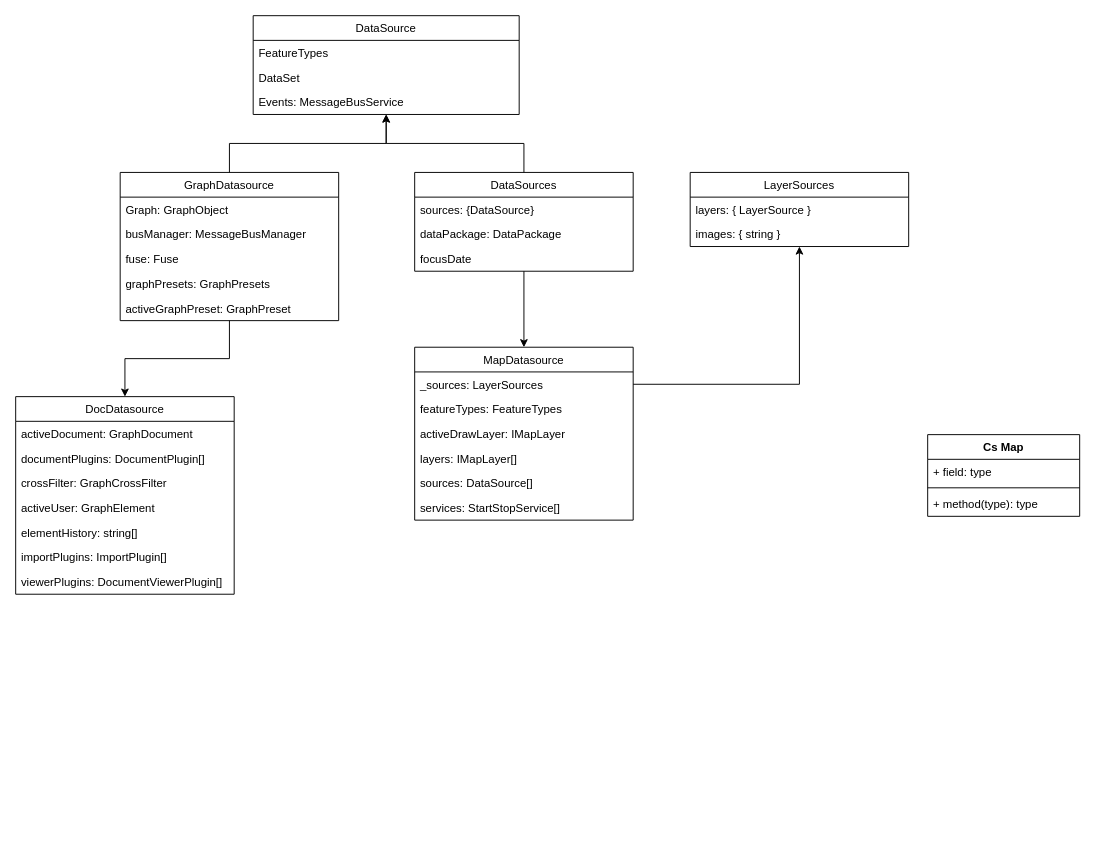
Above: page "DataSources" (1 of 2) of packages/cs-graph/diagrams/doc-datasource.drawio in TNOCS/csnext (draw.io), before the change. Source tidied: cells renumbered, new cells numbered last; positions are measured from the earlier drawing's top-left corner, leaving out a move shared by most shapes. Both pictures are drawn from the tidied source at 95%, with x=0, y=0 at pixel (15, 15).
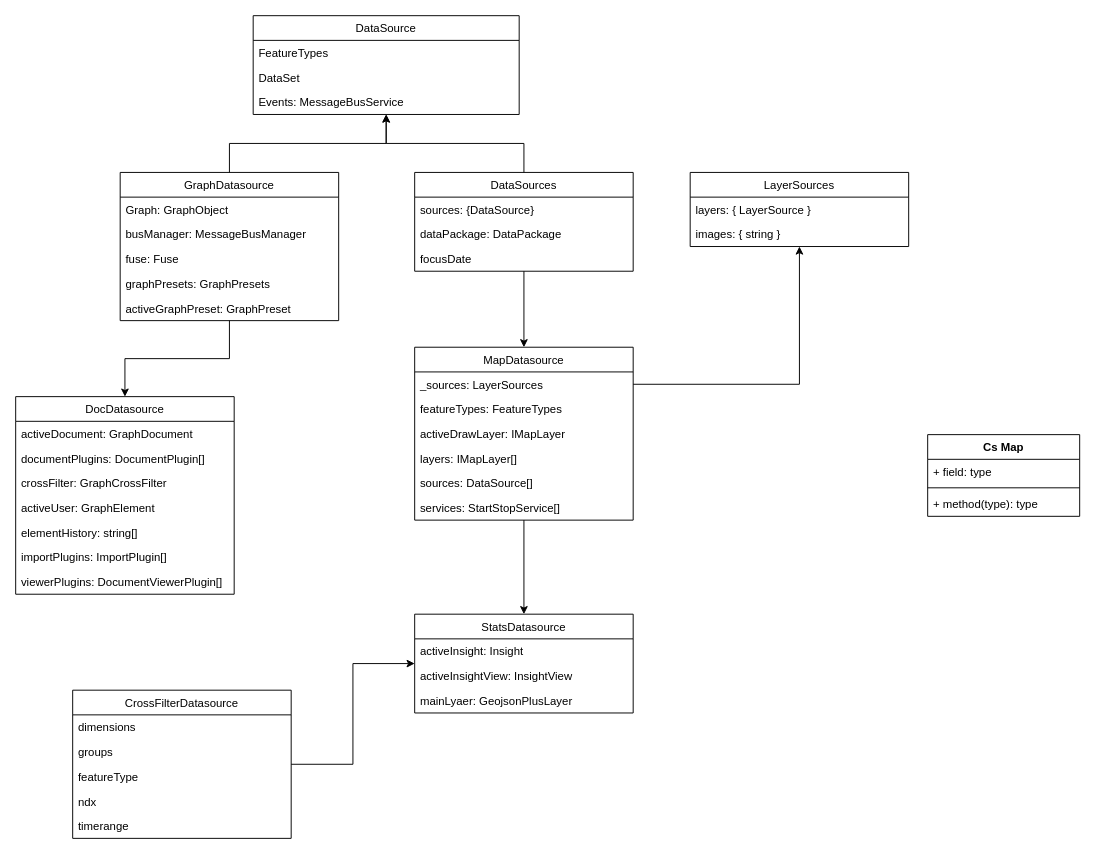
Above is the later version.

Unchanged cells that the change refers to:
```xml
<mxCell id="28" value="MapDatasource" style="swimlane;fontStyle=0;horizontal=1;startSize=26;fillColor=none;" parent="1" vertex="1">
  <mxGeometry x="420" y="349" width="230" height="182" as="geometry" />
</mxCell>
```

The edit, as a diff of the source:
```diff
@@
+    <mxCell id="43" style="edgeStyle=orthogonalEdgeStyle;rounded=0;jettySize=auto;html=1;entryX=0.5;entryY=0;entryDx=0;entryDy=0;" parent="1" edge="1" source="28" target="44">
+      <mxGeometry relative="1" as="geometry" />
+    </mxCell>
@@
+    <mxCell id="44" value="StatsDatasource" style="swimlane;fontStyle=0;horizontal=1;startSize=26;fillColor=none;" parent="1" vertex="1">
+      <mxGeometry x="420" y="630" width="230" height="104" as="geometry" />
+    </mxCell>
+    <mxCell id="45" value="activeInsight: Insight" style="text;strokeColor=none;fillColor=none;align=left;verticalAlign=top;spacingLeft=4;spacingRight=4;overflow=hidden;" parent="44" vertex="1">
+      <mxGeometry y="26" width="230" height="26" as="geometry" />
+    </mxCell>
+    <mxCell id="46" value="activeInsightView: InsightView" style="text;strokeColor=none;fillColor=none;align=left;verticalAlign=top;spacingLeft=4;spacingRight=4;overflow=hidden;" parent="44" vertex="1">
+      <mxGeometry y="52" width="230" height="26" as="geometry" />
+    </mxCell>
+    <mxCell id="47" value="mainLyaer: GeojsonPlusLayer" style="text;strokeColor=none;fillColor=none;align=left;verticalAlign=top;spacingLeft=4;spacingRight=4;overflow=hidden;" parent="44" vertex="1">
+      <mxGeometry y="78" width="230" height="26" as="geometry" />
+    </mxCell>
+    <mxCell id="48" style="edgeStyle=orthogonalEdgeStyle;rounded=0;jettySize=auto;html=1;" parent="1" edge="1" source="49" target="44">
+      <mxGeometry relative="1" as="geometry" />
+    </mxCell>
+    <mxCell id="49" value="CrossFilterDatasource" style="swimlane;fontStyle=0;horizontal=1;startSize=26;fillColor=none;" parent="1" vertex="1">
+      <mxGeometry x="60" y="710" width="230" height="156" as="geometry" />
+    </mxCell>
+    <mxCell id="50" value="dimensions" style="text;strokeColor=none;fillColor=none;align=left;verticalAlign=top;spacingLeft=4;spacingRight=4;overflow=hidden;" parent="49" vertex="1">
+      <mxGeometry y="26" width="230" height="26" as="geometry" />
+    </mxCell>
+    <mxCell id="51" value="groups" style="text;strokeColor=none;fillColor=none;align=left;verticalAlign=top;spacingLeft=4;spacingRight=4;overflow=hidden;" parent="49" vertex="1">
+      <mxGeometry y="52" width="230" height="26" as="geometry" />
+    </mxCell>
+    <mxCell id="52" value="featureType" style="text;strokeColor=none;fillColor=none;align=left;verticalAlign=top;spacingLeft=4;spacingRight=4;overflow=hidden;" parent="49" vertex="1">
+      <mxGeometry y="78" width="230" height="26" as="geometry" />
+    </mxCell>
+    <mxCell id="53" value="ndx" style="text;strokeColor=none;fillColor=none;align=left;verticalAlign=top;spacingLeft=4;spacingRight=4;overflow=hidden;" parent="49" vertex="1">
+      <mxGeometry y="104" width="230" height="26" as="geometry" />
+    </mxCell>
+    <mxCell id="54" value="timerange" style="text;strokeColor=none;fillColor=none;align=left;verticalAlign=top;spacingLeft=4;spacingRight=4;overflow=hidden;" parent="49" vertex="1">
+      <mxGeometry y="130" width="230" height="26" as="geometry" />
+    </mxCell>
```
